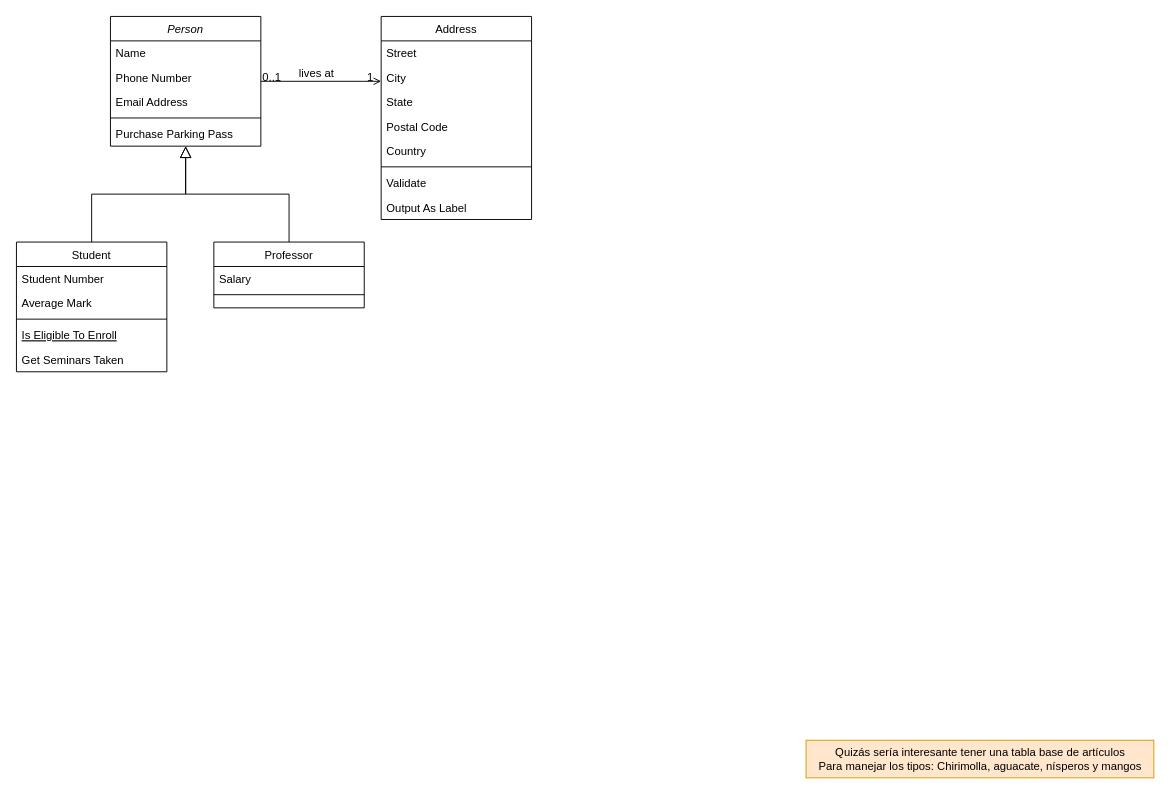
Before: Diagrama sin título.drawio in abdell1999/blog, a draw.io diagram. Source tidied: cells renumbered, new cells numbered last; positions are measured from the earlier drawing's top-left corner, leaving out a move shared by most shapes. Both pictures are drawn from the tidied source at 94%, with x=0, y=0 at pixel (16, 16).
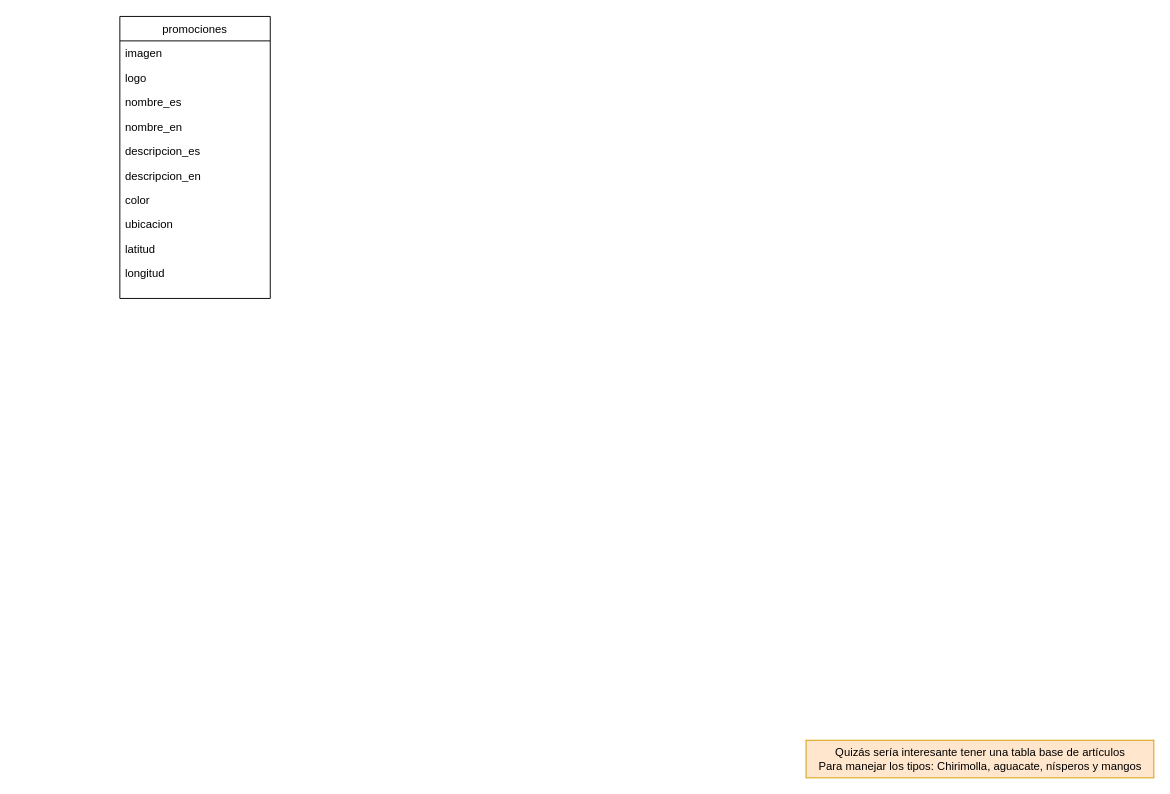
The same page after the edit.

Diff of the diagram source:
```diff
@@
-    <mxCell id="2" value="Person" style="swimlane;fontStyle=2;align=center;verticalAlign=top;horizontal=1;startSize=26;rounded=0;shadow=0;strokeWidth=1;" parent="1" vertex="1">
-      <mxGeometry x="100" width="160" height="138" as="geometry" />
-    </mxCell>
-    <mxCell id="3" value="Name" style="text;align=left;verticalAlign=top;spacingLeft=4;spacingRight=4;overflow=hidden;" parent="2" vertex="1">
-      <mxGeometry y="26" width="160" height="26" as="geometry" />
-    </mxCell>
-    <mxCell id="4" value="Phone Number" style="text;align=left;verticalAlign=top;spacingLeft=4;spacingRight=4;overflow=hidden;rounded=0;shadow=0;html=0;" parent="2" vertex="1">
-      <mxGeometry y="52" width="160" height="26" as="geometry" />
-    </mxCell>
-    <mxCell id="5" value="Email Address" style="text;align=left;verticalAlign=top;spacingLeft=4;spacingRight=4;overflow=hidden;rounded=0;shadow=0;html=0;" parent="2" vertex="1">
-      <mxGeometry y="78" width="160" height="26" as="geometry" />
-    </mxCell>
-    <mxCell id="6" style="line;html=1;strokeWidth=1;align=left;verticalAlign=middle;spacingTop=-1;spacingLeft=3;spacingRight=3;labelPosition=right;" parent="2" vertex="1">
-      <mxGeometry y="104" width="160" height="8" as="geometry" />
-    </mxCell>
-    <mxCell id="7" value="Purchase Parking Pass" style="text;align=left;verticalAlign=top;spacingLeft=4;spacingRight=4;overflow=hidden;" parent="2" vertex="1">
-      <mxGeometry y="112" width="160" height="26" as="geometry" />
-    </mxCell>
-    <mxCell id="8" value="Student" style="swimlane;fontStyle=0;align=center;verticalAlign=top;horizontal=1;startSize=26;rounded=0;shadow=0;strokeWidth=1;" parent="1" vertex="1">
-      <mxGeometry y="240" width="160" height="138" as="geometry" />
-    </mxCell>
-    <mxCell id="9" value="Student Number" style="text;align=left;verticalAlign=top;spacingLeft=4;spacingRight=4;overflow=hidden;" parent="8" vertex="1">
-      <mxGeometry y="26" width="160" height="26" as="geometry" />
-    </mxCell>
-    <mxCell id="10" value="Average Mark" style="text;align=left;verticalAlign=top;spacingLeft=4;spacingRight=4;overflow=hidden;rounded=0;shadow=0;html=0;" parent="8" vertex="1">
-      <mxGeometry y="52" width="160" height="26" as="geometry" />
-    </mxCell>
-    <mxCell id="11" style="line;html=1;strokeWidth=1;align=left;verticalAlign=middle;spacingTop=-1;spacingLeft=3;spacingRight=3;labelPosition=right;" parent="8" vertex="1">
-      <mxGeometry y="78" width="160" height="8" as="geometry" />
-    </mxCell>
-    <mxCell id="12" value="Is Eligible To Enroll" style="text;align=left;verticalAlign=top;spacingLeft=4;spacingRight=4;overflow=hidden;fontStyle=4;" parent="8" vertex="1">
-      <mxGeometry y="86" width="160" height="26" as="geometry" />
-    </mxCell>
-    <mxCell id="13" value="Get Seminars Taken" style="text;align=left;verticalAlign=top;spacingLeft=4;spacingRight=4;overflow=hidden;" parent="8" vertex="1">
-      <mxGeometry y="112" width="160" height="26" as="geometry" />
-    </mxCell>
-    <mxCell id="14" style="endArrow=block;endSize=10;endFill=0;shadow=0;strokeWidth=1;rounded=0;edgeStyle=elbowEdgeStyle;elbow=vertical;" parent="1" edge="1" source="8" target="2">
-      <mxGeometry relative="1" as="geometry" />
-    </mxCell>
-    <mxCell id="15" value="Professor" style="swimlane;fontStyle=0;align=center;verticalAlign=top;horizontal=1;startSize=26;rounded=0;shadow=0;strokeWidth=1;" parent="1" vertex="1">
-      <mxGeometry x="210" y="240" width="160" height="70" as="geometry" />
-    </mxCell>
-    <mxCell id="16" value="Salary" style="text;align=left;verticalAlign=top;spacingLeft=4;spacingRight=4;overflow=hidden;" parent="15" vertex="1">
-      <mxGeometry y="26" width="160" height="26" as="geometry" />
-    </mxCell>
-    <mxCell id="17" style="line;html=1;strokeWidth=1;align=left;verticalAlign=middle;spacingTop=-1;spacingLeft=3;spacingRight=3;labelPosition=right;" parent="15" vertex="1">
-      <mxGeometry y="52" width="160" height="8" as="geometry" />
-    </mxCell>
-    <mxCell id="18" style="endArrow=block;endSize=10;endFill=0;shadow=0;strokeWidth=1;rounded=0;edgeStyle=elbowEdgeStyle;elbow=vertical;" parent="1" edge="1" source="15" target="2">
-      <mxGeometry relative="1" as="geometry" />
-    </mxCell>
-    <mxCell id="19" value="Address" style="swimlane;fontStyle=0;align=center;verticalAlign=top;horizontal=1;startSize=26;rounded=0;shadow=0;strokeWidth=1;" parent="1" vertex="1">
-      <mxGeometry x="388" width="160" height="216" as="geometry" />
+    <mxCell id="19" value="promociones" style="swimlane;fontStyle=0;align=center;verticalAlign=top;horizontal=1;startSize=26;rounded=0;shadow=0;strokeWidth=1;" parent="1" vertex="1">
+      <mxGeometry x="110" width="160" height="300" as="geometry" />
     </mxCell>
-    <mxCell id="20" value="Street" style="text;align=left;verticalAlign=top;spacingLeft=4;spacingRight=4;overflow=hidden;" parent="19" vertex="1">
+    <mxCell id="20" value="imagen" style="text;align=left;verticalAlign=top;spacingLeft=4;spacingRight=4;overflow=hidden;" parent="19" vertex="1">
       <mxGeometry y="26" width="160" height="26" as="geometry" />
     </mxCell>
-    <mxCell id="21" value="City" style="text;align=left;verticalAlign=top;spacingLeft=4;spacingRight=4;overflow=hidden;rounded=0;shadow=0;html=0;" parent="19" vertex="1">
+    <mxCell id="21" value="logo" style="text;align=left;verticalAlign=top;spacingLeft=4;spacingRight=4;overflow=hidden;rounded=0;shadow=0;html=0;" parent="19" vertex="1">
       <mxGeometry y="52" width="160" height="26" as="geometry" />
     </mxCell>
-    <mxCell id="22" value="State" style="text;align=left;verticalAlign=top;spacingLeft=4;spacingRight=4;overflow=hidden;rounded=0;shadow=0;html=0;" parent="19" vertex="1">
+    <mxCell id="22" value="nombre_es" style="text;align=left;verticalAlign=top;spacingLeft=4;spacingRight=4;overflow=hidden;rounded=0;shadow=0;html=0;" parent="19" vertex="1">
       <mxGeometry y="78" width="160" height="26" as="geometry" />
     </mxCell>
-    <mxCell id="23" value="Postal Code" style="text;align=left;verticalAlign=top;spacingLeft=4;spacingRight=4;overflow=hidden;rounded=0;shadow=0;html=0;" parent="19" vertex="1">
+    <mxCell id="23" value="nombre_en" style="text;align=left;verticalAlign=top;spacingLeft=4;spacingRight=4;overflow=hidden;rounded=0;shadow=0;html=0;" parent="19" vertex="1">
       <mxGeometry y="104" width="160" height="26" as="geometry" />
     </mxCell>
-    <mxCell id="24" value="Country" style="text;align=left;verticalAlign=top;spacingLeft=4;spacingRight=4;overflow=hidden;rounded=0;shadow=0;html=0;" parent="19" vertex="1">
+    <mxCell id="24" value="descripcion_es" style="text;align=left;verticalAlign=top;spacingLeft=4;spacingRight=4;overflow=hidden;rounded=0;shadow=0;html=0;" parent="19" vertex="1">
       <mxGeometry y="130" width="160" height="26" as="geometry" />
     </mxCell>
-    <mxCell id="25" style="line;html=1;strokeWidth=1;align=left;verticalAlign=middle;spacingTop=-1;spacingLeft=3;spacingRight=3;labelPosition=right;" parent="19" vertex="1">
-      <mxGeometry y="156" width="160" height="8" as="geometry" />
-    </mxCell>
-    <mxCell id="26" value="Validate" style="text;align=left;verticalAlign=top;spacingLeft=4;spacingRight=4;overflow=hidden;" parent="19" vertex="1">
-      <mxGeometry y="164" width="160" height="26" as="geometry" />
-    </mxCell>
-    <mxCell id="27" value="Output As Label" style="text;align=left;verticalAlign=top;spacingLeft=4;spacingRight=4;overflow=hidden;" parent="19" vertex="1">
-      <mxGeometry y="190" width="160" height="26" as="geometry" />
-    </mxCell>
-    <mxCell id="28" style="endArrow=open;shadow=0;strokeWidth=1;rounded=0;endFill=1;edgeStyle=elbowEdgeStyle;elbow=vertical;" parent="1" edge="1" source="2" target="19">
-      <mxGeometry x="0.5" y="41" relative="1" as="geometry">
-        <mxPoint x="-40" y="32" as="offset" />
-      </mxGeometry>
-    </mxCell>
-    <mxCell id="29" value="0..1" style="align=left;verticalAlign=bottom;labelBackgroundColor=none;fontSize=12;" parent="28" vertex="1">
-      <mxGeometry x="-1" relative="1" as="geometry">
-        <mxPoint y="4" as="offset" />
-      </mxGeometry>
-    </mxCell>
-    <mxCell id="30" value="1" style="align=right;verticalAlign=bottom;labelBackgroundColor=none;fontSize=12;" parent="28" vertex="1">
-      <mxGeometry x="1" relative="1" as="geometry">
-        <mxPoint x="-7" y="4" as="offset" />
-      </mxGeometry>
-    </mxCell>
-    <mxCell id="31" value="lives at" style="text;html=1;align=center;verticalAlign=middle;labelBackgroundColor=none;rounded=0;shadow=0;strokeWidth=1;fontSize=12;" parent="28" vertex="1">
-      <mxGeometry x="0.5" y="49" relative="1" as="geometry">
-        <mxPoint x="-38" y="40" as="offset" />
-      </mxGeometry>
-    </mxCell>
+    <mxCell id="33" value="descripcion_en" style="text;align=left;verticalAlign=top;spacingLeft=4;spacingRight=4;overflow=hidden;rounded=0;shadow=0;html=0;" parent="19" vertex="1">
+      <mxGeometry y="156" width="160" height="26" as="geometry" />
+    </mxCell>
+    <mxCell id="34" value="color" style="text;align=left;verticalAlign=top;spacingLeft=4;spacingRight=4;overflow=hidden;rounded=0;shadow=0;html=0;" parent="19" vertex="1">
+      <mxGeometry y="182" width="160" height="26" as="geometry" />
+    </mxCell>
+    <mxCell id="35" value="ubicacion" style="text;align=left;verticalAlign=top;spacingLeft=4;spacingRight=4;overflow=hidden;rounded=0;shadow=0;html=0;" parent="19" vertex="1">
+      <mxGeometry y="208" width="160" height="26" as="geometry" />
+    </mxCell>
+    <mxCell id="36" value="latitud" style="text;align=left;verticalAlign=top;spacingLeft=4;spacingRight=4;overflow=hidden;rounded=0;shadow=0;html=0;" parent="19" vertex="1">
+      <mxGeometry y="234" width="160" height="26" as="geometry" />
+    </mxCell>
+    <mxCell id="37" value="longitud" style="text;align=left;verticalAlign=top;spacingLeft=4;spacingRight=4;overflow=hidden;rounded=0;shadow=0;html=0;" parent="19" vertex="1">
+      <mxGeometry y="260" width="160" height="26" as="geometry" />
+    </mxCell>
```
